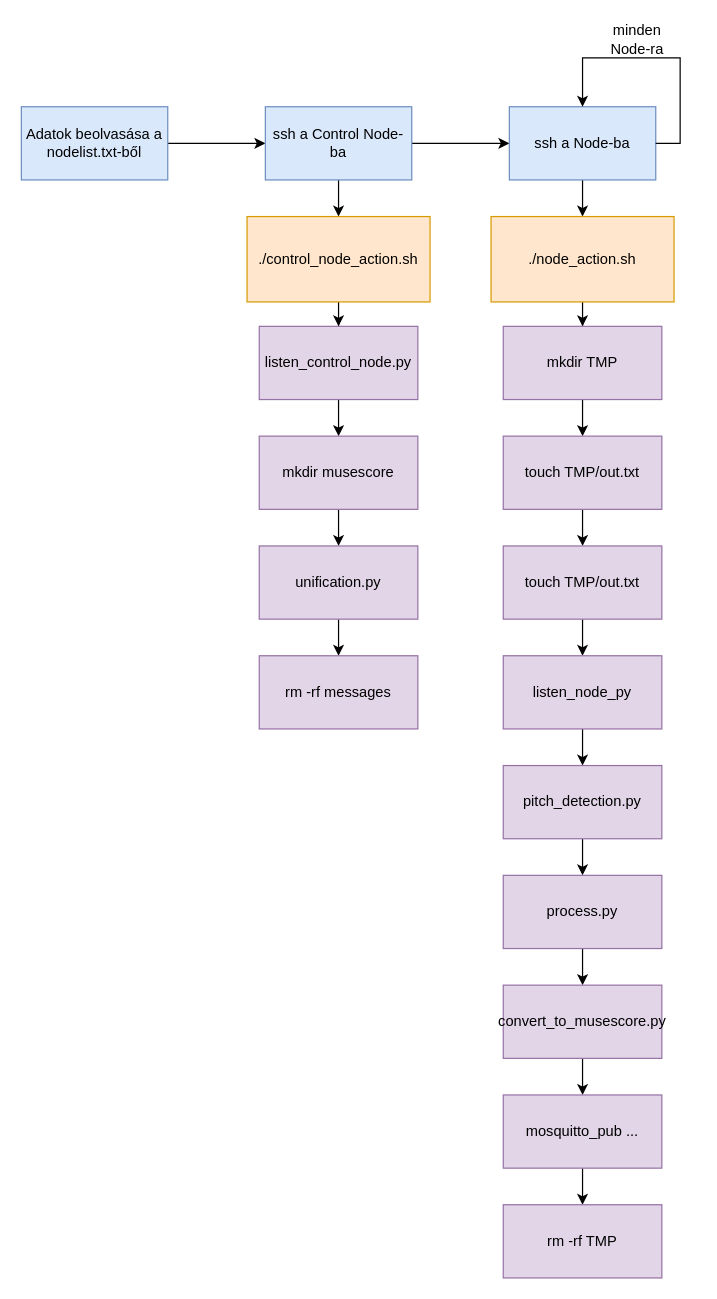
fegyobeno/Szakdolgozat_v2 keeps this draw.io diagram as Diagrams/Application_Call_Stack.drawio. Above is the earlier version. Source tidied: cells renumbered, new cells numbered last; positions are measured from the earlier drawing's top-left corner, leaving out a move shared by most shapes. Both pictures are drawn from the tidied source at 122%, with x=0, y=0 at pixel (21, 21).
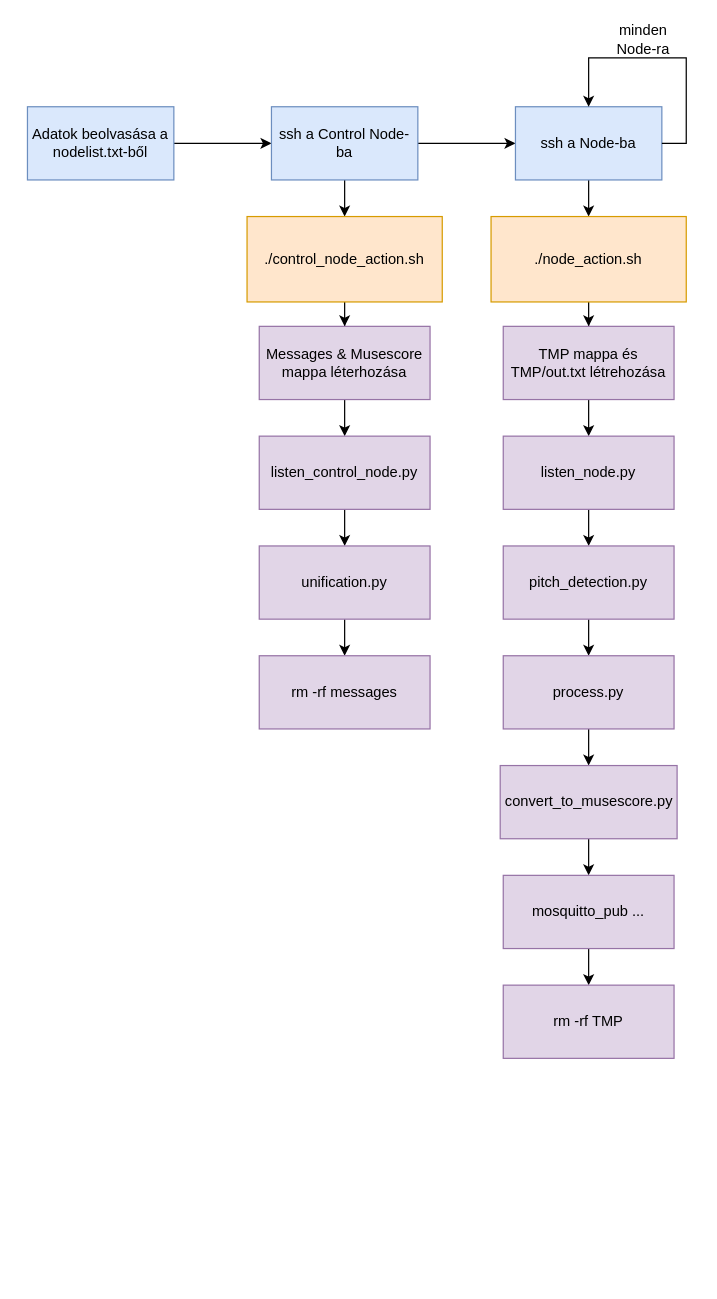
Above is the later version.

The edit, as a diff of the source:
```diff
@@
     <mxCell id="3" value="Adatok beolvasása a nodelist.txt-ből" style="rounded=0;whiteSpace=wrap;html=1;fillColor=#dae8fc;strokeColor=#6c8ebf;" parent="1" vertex="1">
-      <mxGeometry y="70" width="120" height="60" as="geometry" />
+      <mxGeometry x="5" y="70" width="120" height="60" as="geometry" />
     </mxCell>
@@
     <mxCell id="6" value="ssh a Control Node-ba" style="rounded=0;whiteSpace=wrap;html=1;fillColor=#dae8fc;strokeColor=#6c8ebf;" parent="1" vertex="1">
-      <mxGeometry x="200" y="70" width="120" height="60" as="geometry" />
+      <mxGeometry x="205" y="70" width="120" height="60" as="geometry" />
     </mxCell>
@@
     <mxCell id="8" value="./control_node_action.sh" style="rounded=0;whiteSpace=wrap;html=1;fillColor=#ffe6cc;strokeColor=#d79b00;" parent="1" vertex="1">
-      <mxGeometry x="185" y="160" width="150" height="70" as="geometry" />
+      <mxGeometry x="185" y="160" width="160" height="70" as="geometry" />
     </mxCell>
@@
-    <mxCell id="10" value="listen_control_node.py" style="rounded=0;whiteSpace=wrap;html=1;fillColor=#e1d5e7;strokeColor=#9673a6;" parent="1" vertex="1">
-      <mxGeometry x="195" y="250" width="130" height="60" as="geometry" />
+    <mxCell id="10" value="Messages &amp;amp; Musescore mappa léterhozása" style="rounded=0;whiteSpace=wrap;html=1;fillColor=#e1d5e7;strokeColor=#9673a6;" parent="1" vertex="1">
+      <mxGeometry x="195" y="250" width="140" height="60" as="geometry" />
     </mxCell>
@@
-    <mxCell id="12" value="mkdir musescore" style="rounded=0;whiteSpace=wrap;html=1;fillColor=#e1d5e7;strokeColor=#9673a6;" parent="1" vertex="1">
-      <mxGeometry x="195" y="340" width="130" height="60" as="geometry" />
+    <mxCell id="12" value="listen_control_node.py" style="rounded=0;whiteSpace=wrap;html=1;fillColor=#e1d5e7;strokeColor=#9673a6;" parent="1" vertex="1">
+      <mxGeometry x="195" y="340" width="140" height="60" as="geometry" />
     </mxCell>
@@
     <mxCell id="14" value="unification.py" style="rounded=0;whiteSpace=wrap;html=1;fillColor=#e1d5e7;strokeColor=#9673a6;" parent="1" vertex="1">
-      <mxGeometry x="195" y="430" width="130" height="60" as="geometry" />
+      <mxGeometry x="195" y="430" width="140" height="60" as="geometry" />
     </mxCell>
     <mxCell id="15" value="rm -rf messages" style="rounded=0;whiteSpace=wrap;html=1;fillColor=#e1d5e7;strokeColor=#9673a6;" parent="1" vertex="1">
-      <mxGeometry x="195" y="520" width="130" height="60" as="geometry" />
+      <mxGeometry x="195" y="520" width="140" height="60" as="geometry" />
     </mxCell>
@@
     <mxCell id="17" value="ssh a Node-ba" style="rounded=0;whiteSpace=wrap;html=1;fillColor=#dae8fc;strokeColor=#6c8ebf;" parent="1" vertex="1">
-      <mxGeometry x="400" y="70" width="120" height="60" as="geometry" />
+      <mxGeometry x="405" y="70" width="120" height="60" as="geometry" />
     </mxCell>
@@
     <mxCell id="19" value="./node_action.sh" style="rounded=0;whiteSpace=wrap;html=1;fillColor=#ffe6cc;strokeColor=#d79b00;" parent="1" vertex="1">
-      <mxGeometry x="385" y="160" width="150" height="70" as="geometry" />
+      <mxGeometry x="385" y="160" width="160" height="70" as="geometry" />
     </mxCell>
@@
-    <mxCell id="21" value="mkdir TMP" style="rounded=0;whiteSpace=wrap;html=1;fillColor=#e1d5e7;strokeColor=#9673a6;" parent="1" vertex="1">
-      <mxGeometry x="395" y="250" width="130" height="60" as="geometry" />
+    <mxCell id="21" value="TMP mappa és TMP/out.txt létrehozása" style="rounded=0;whiteSpace=wrap;html=1;fillColor=#e1d5e7;strokeColor=#9673a6;" parent="1" vertex="1">
+      <mxGeometry x="395" y="250" width="140" height="60" as="geometry" />
     </mxCell>
@@
-    <mxCell id="23" value="touch TMP/out.txt" style="rounded=0;whiteSpace=wrap;html=1;fillColor=#e1d5e7;strokeColor=#9673a6;" parent="1" vertex="1">
-      <mxGeometry x="395" y="340" width="130" height="60" as="geometry" />
+    <mxCell id="23" value="listen_node.py" style="rounded=0;whiteSpace=wrap;html=1;fillColor=#e1d5e7;strokeColor=#9673a6;" parent="1" vertex="1">
+      <mxGeometry x="395" y="340" width="140" height="60" as="geometry" />
     </mxCell>
@@
-    <mxCell id="25" value="touch TMP/out.txt" style="rounded=0;whiteSpace=wrap;html=1;fillColor=#e1d5e7;strokeColor=#9673a6;" parent="1" vertex="1">
-      <mxGeometry x="395" y="430" width="130" height="60" as="geometry" />
+    <mxCell id="25" value="pitch_detection.py" style="rounded=0;whiteSpace=wrap;html=1;fillColor=#e1d5e7;strokeColor=#9673a6;" parent="1" vertex="1">
+      <mxGeometry x="395" y="430" width="140" height="60" as="geometry" />
     </mxCell>
@@
-    <mxCell id="27" value="listen_node_py" style="rounded=0;whiteSpace=wrap;html=1;fillColor=#e1d5e7;strokeColor=#9673a6;" parent="1" vertex="1">
-      <mxGeometry x="395" y="520" width="130" height="60" as="geometry" />
+    <mxCell id="27" value="process.py" style="rounded=0;whiteSpace=wrap;html=1;fillColor=#e1d5e7;strokeColor=#9673a6;" parent="1" vertex="1">
+      <mxGeometry x="395" y="520" width="140" height="60" as="geometry" />
     </mxCell>
-    <mxCell id="28" style="edgeStyle=orthogonalEdgeStyle;rounded=0;jettySize=auto;html=1;" parent="1" edge="1" source="29" target="31">
+    <mxCell id="28" style="edgeStyle=orthogonalEdgeStyle;rounded=0;jettySize=auto;html=1;entryX=0.5;entryY=0;entryDx=0;entryDy=0;" parent="1" edge="1" source="29" target="35">
       <mxGeometry relative="1" as="geometry" />
     </mxCell>
-    <mxCell id="29" value="pitch_detection.py" style="rounded=0;whiteSpace=wrap;html=1;fillColor=#e1d5e7;strokeColor=#9673a6;" parent="1" vertex="1">
-      <mxGeometry x="395" y="610" width="130" height="60" as="geometry" />
+    <mxCell id="29" value="convert_to_musescore.py" style="rounded=0;whiteSpace=wrap;html=1;fillColor=#e1d5e7;strokeColor=#9673a6;" parent="1" vertex="1">
+      <mxGeometry x="392.5" y="610" width="145" height="60" as="geometry" />
     </mxCell>
-    <mxCell id="30" style="edgeStyle=orthogonalEdgeStyle;rounded=0;jettySize=auto;html=1;" parent="1" edge="1" source="31" target="33">
-      <mxGeometry relative="1" as="geometry" />
-    </mxCell>
-    <mxCell id="31" value="process.py" style="rounded=0;whiteSpace=wrap;html=1;fillColor=#e1d5e7;strokeColor=#9673a6;" parent="1" vertex="1">
-      <mxGeometry x="395" y="700" width="130" height="60" as="geometry" />
-    </mxCell>
-    <mxCell id="32" style="edgeStyle=orthogonalEdgeStyle;rounded=0;jettySize=auto;html=1;" parent="1" edge="1" source="33" target="35">
-      <mxGeometry relative="1" as="geometry" />
-    </mxCell>
-    <mxCell id="33" value="convert_to_musescore.py" style="rounded=0;whiteSpace=wrap;html=1;fillColor=#e1d5e7;strokeColor=#9673a6;" parent="1" vertex="1">
-      <mxGeometry x="395" y="790" width="130" height="60" as="geometry" />
-    </mxCell>
@@
     <mxCell id="35" value="mosquitto_pub ..." style="rounded=0;whiteSpace=wrap;html=1;fillColor=#e1d5e7;strokeColor=#9673a6;" parent="1" vertex="1">
-      <mxGeometry x="395" y="880" width="130" height="60" as="geometry" />
+      <mxGeometry x="395" y="700" width="140" height="60" as="geometry" />
     </mxCell>
     <mxCell id="36" value="rm -rf TMP" style="rounded=0;whiteSpace=wrap;html=1;fillColor=#e1d5e7;strokeColor=#9673a6;" parent="1" vertex="1">
-      <mxGeometry x="395" y="970" width="130" height="60" as="geometry" />
+      <mxGeometry x="395" y="790" width="140" height="60" as="geometry" />
     </mxCell>
     <mxCell id="37" style="edgeStyle=orthogonalEdgeStyle;rounded=0;orthogonalLoop=1;jettySize=auto;html=1;entryX=0.5;entryY=0;entryDx=0;entryDy=0;" parent="1" edge="1" source="17" target="17">
       <mxGeometry relative="1" as="geometry">
         <Array as="points">
-          <mxPoint x="540" y="100" />
-          <mxPoint x="540" y="30" />
-          <mxPoint x="460" y="30" />
+          <mxPoint x="545" y="100" />
+          <mxPoint x="545" y="30" />
+          <mxPoint x="465" y="30" />
         </Array>
       </mxGeometry>
     </mxCell>
     <mxCell id="38" value="minden Node-ra" style="text;html=1;align=center;verticalAlign=middle;whiteSpace=wrap;rounded=0;" parent="1" vertex="1">
-      <mxGeometry x="475" width="60" height="30" as="geometry" />
+      <mxGeometry x="480" width="60" height="30" as="geometry" />
     </mxCell>
```
